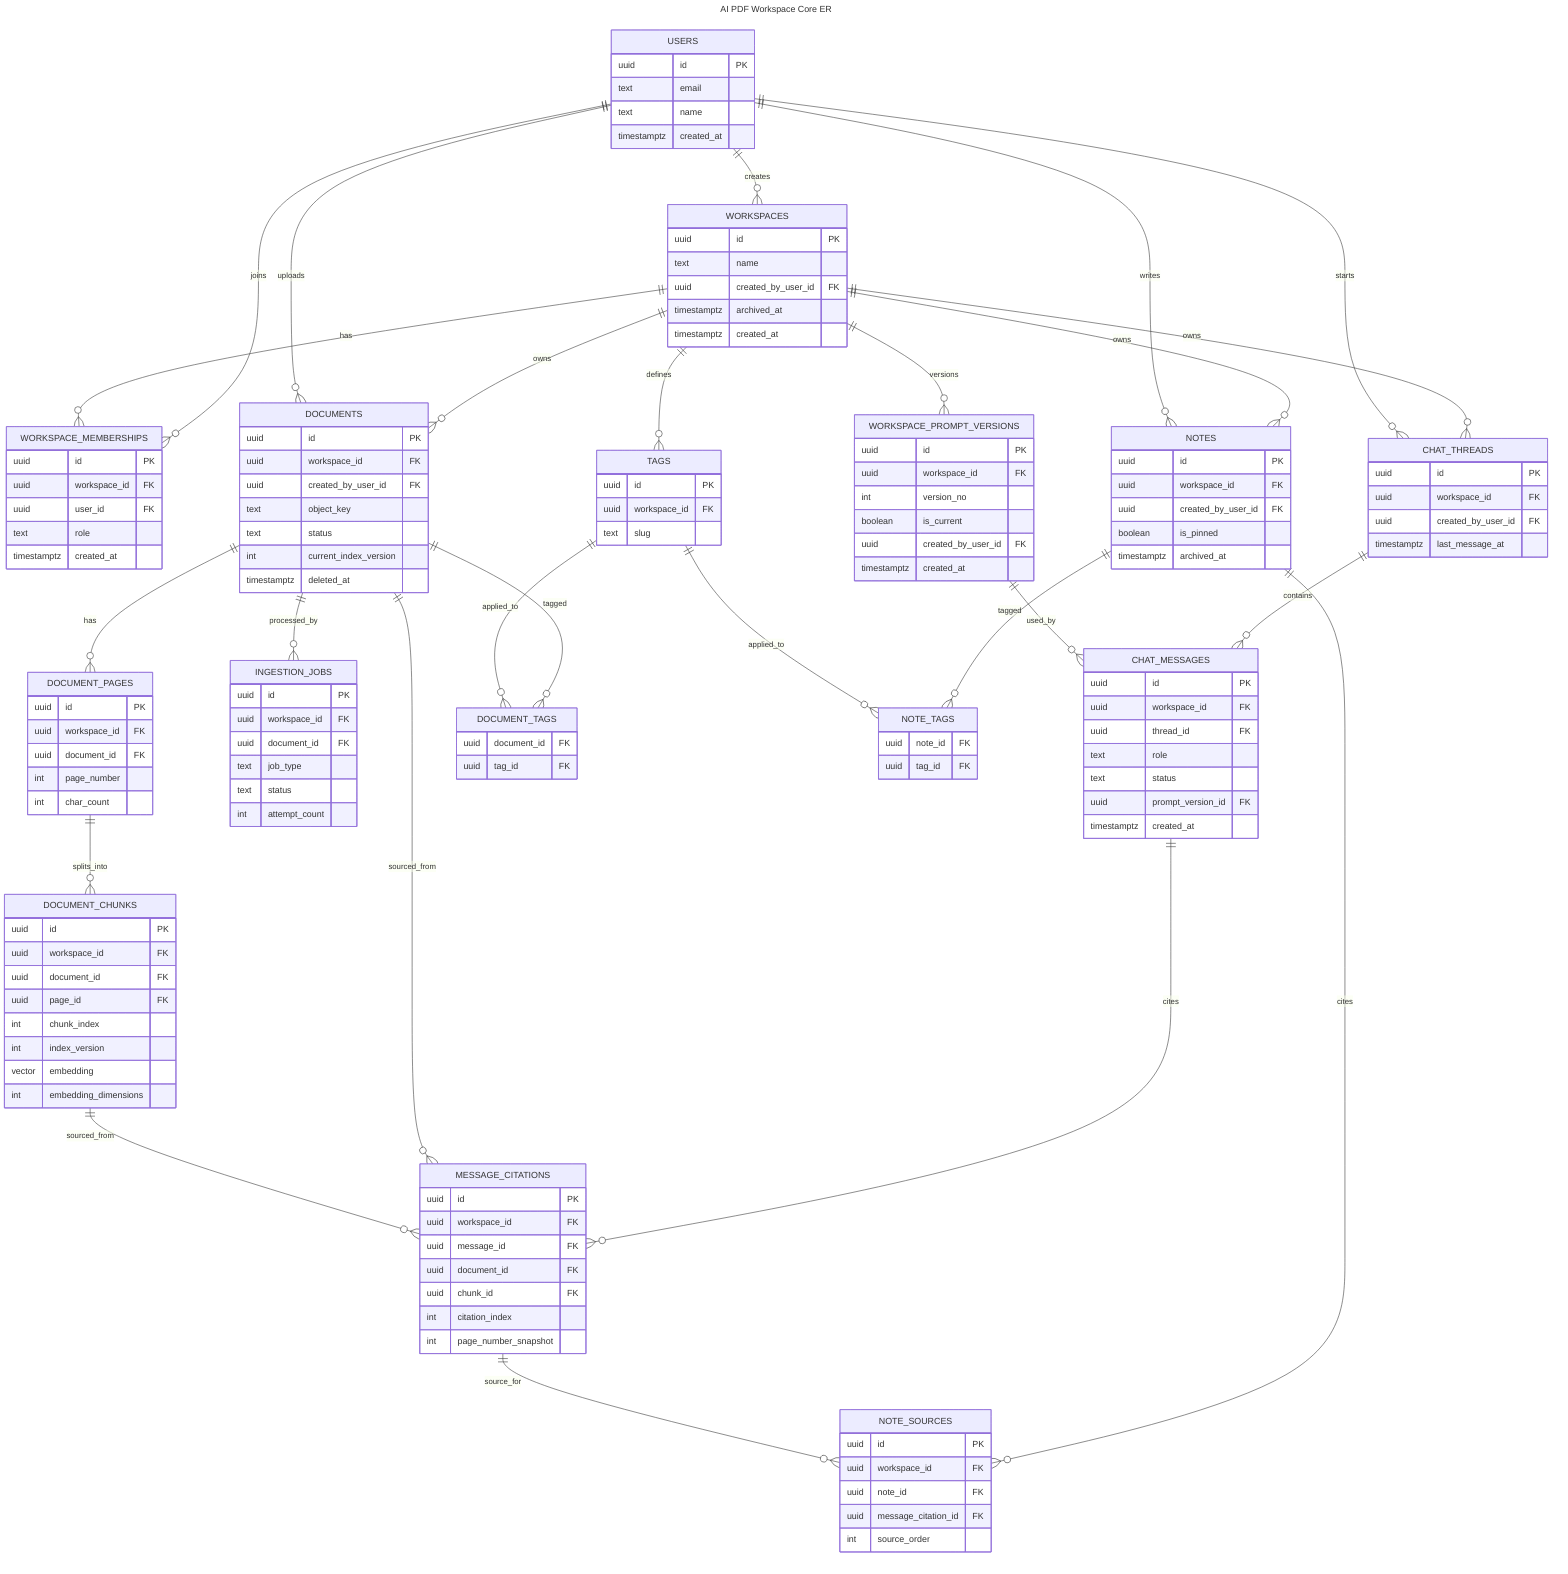
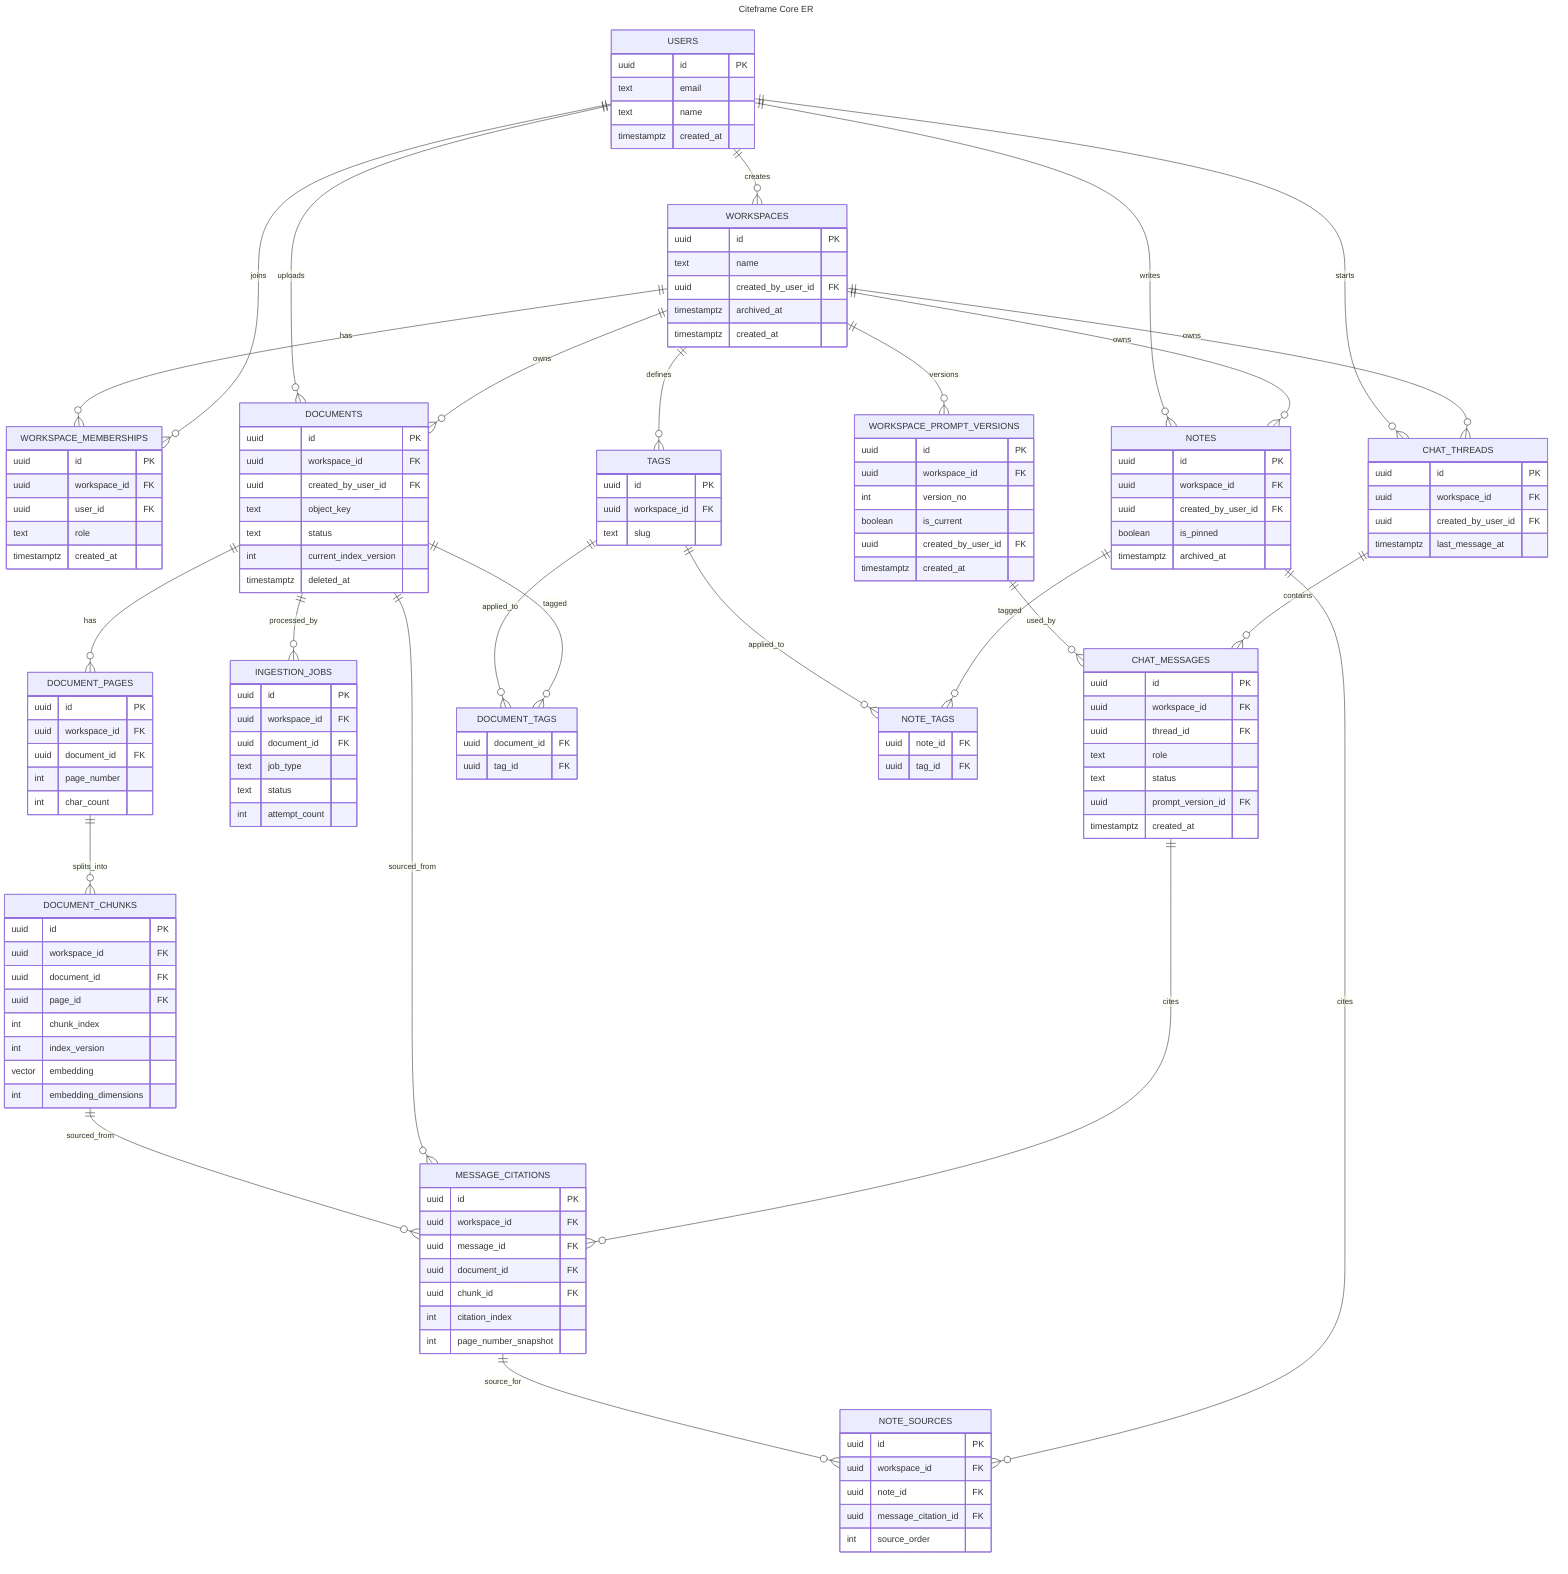
---
- title: AI PDF Workspace Core ER
+ title: Citeframe Core ER
---
erDiagram
    USERS {
        uuid id PK
        text email
        text name
        timestamptz created_at
    }

    WORKSPACES {
        uuid id PK
        text name
        uuid created_by_user_id FK
        timestamptz archived_at
        timestamptz created_at
    }

    WORKSPACE_MEMBERSHIPS {
        uuid id PK
        uuid workspace_id FK
        uuid user_id FK
        text role
        timestamptz created_at
    }

    WORKSPACE_PROMPT_VERSIONS {
        uuid id PK
        uuid workspace_id FK
        int version_no
        boolean is_current
        uuid created_by_user_id FK
        timestamptz created_at
    }

    DOCUMENTS {
        uuid id PK
        uuid workspace_id FK
        uuid created_by_user_id FK
        text object_key
        text status
        int current_index_version
        timestamptz deleted_at
    }

    DOCUMENT_PAGES {
        uuid id PK
        uuid workspace_id FK
        uuid document_id FK
        int page_number
        int char_count
    }

    DOCUMENT_CHUNKS {
        uuid id PK
        uuid workspace_id FK
        uuid document_id FK
        uuid page_id FK
        int chunk_index
        int index_version
        vector embedding
        int embedding_dimensions
    }

    INGESTION_JOBS {
        uuid id PK
        uuid workspace_id FK
        uuid document_id FK
        text job_type
        text status
        int attempt_count
    }

    CHAT_THREADS {
        uuid id PK
        uuid workspace_id FK
        uuid created_by_user_id FK
        timestamptz last_message_at
    }

    CHAT_MESSAGES {
        uuid id PK
        uuid workspace_id FK
        uuid thread_id FK
        text role
        text status
        uuid prompt_version_id FK
        timestamptz created_at
    }

    MESSAGE_CITATIONS {
        uuid id PK
        uuid workspace_id FK
        uuid message_id FK
        uuid document_id FK
        uuid chunk_id FK
        int citation_index
        int page_number_snapshot
    }

    NOTES {
        uuid id PK
        uuid workspace_id FK
        uuid created_by_user_id FK
        boolean is_pinned
        timestamptz archived_at
    }

    NOTE_SOURCES {
        uuid id PK
        uuid workspace_id FK
        uuid note_id FK
        uuid message_citation_id FK
        int source_order
    }

    TAGS {
        uuid id PK
        uuid workspace_id FK
        text slug
    }

    DOCUMENT_TAGS {
        uuid document_id FK
        uuid tag_id FK
    }

    NOTE_TAGS {
        uuid note_id FK
        uuid tag_id FK
    }

    USERS ||--o{ WORKSPACE_MEMBERSHIPS : joins
    WORKSPACES ||--o{ WORKSPACE_MEMBERSHIPS : has
    USERS ||--o{ WORKSPACES : creates
    WORKSPACES ||--o{ WORKSPACE_PROMPT_VERSIONS : versions

    WORKSPACES ||--o{ DOCUMENTS : owns
    USERS ||--o{ DOCUMENTS : uploads
    DOCUMENTS ||--o{ DOCUMENT_PAGES : has
    DOCUMENT_PAGES ||--o{ DOCUMENT_CHUNKS : splits_into
    DOCUMENTS ||--o{ INGESTION_JOBS : processed_by

    WORKSPACES ||--o{ CHAT_THREADS : owns
    USERS ||--o{ CHAT_THREADS : starts
    CHAT_THREADS ||--o{ CHAT_MESSAGES : contains
    WORKSPACE_PROMPT_VERSIONS ||--o{ CHAT_MESSAGES : used_by
    CHAT_MESSAGES ||--o{ MESSAGE_CITATIONS : cites
    DOCUMENTS ||--o{ MESSAGE_CITATIONS : sourced_from
    DOCUMENT_CHUNKS ||--o{ MESSAGE_CITATIONS : sourced_from

    WORKSPACES ||--o{ NOTES : owns
    USERS ||--o{ NOTES : writes
    NOTES ||--o{ NOTE_SOURCES : cites
    MESSAGE_CITATIONS ||--o{ NOTE_SOURCES : source_for

    WORKSPACES ||--o{ TAGS : defines
    DOCUMENTS ||--o{ DOCUMENT_TAGS : tagged
    TAGS ||--o{ DOCUMENT_TAGS : applied_to
    NOTES ||--o{ NOTE_TAGS : tagged
    TAGS ||--o{ NOTE_TAGS : applied_to
